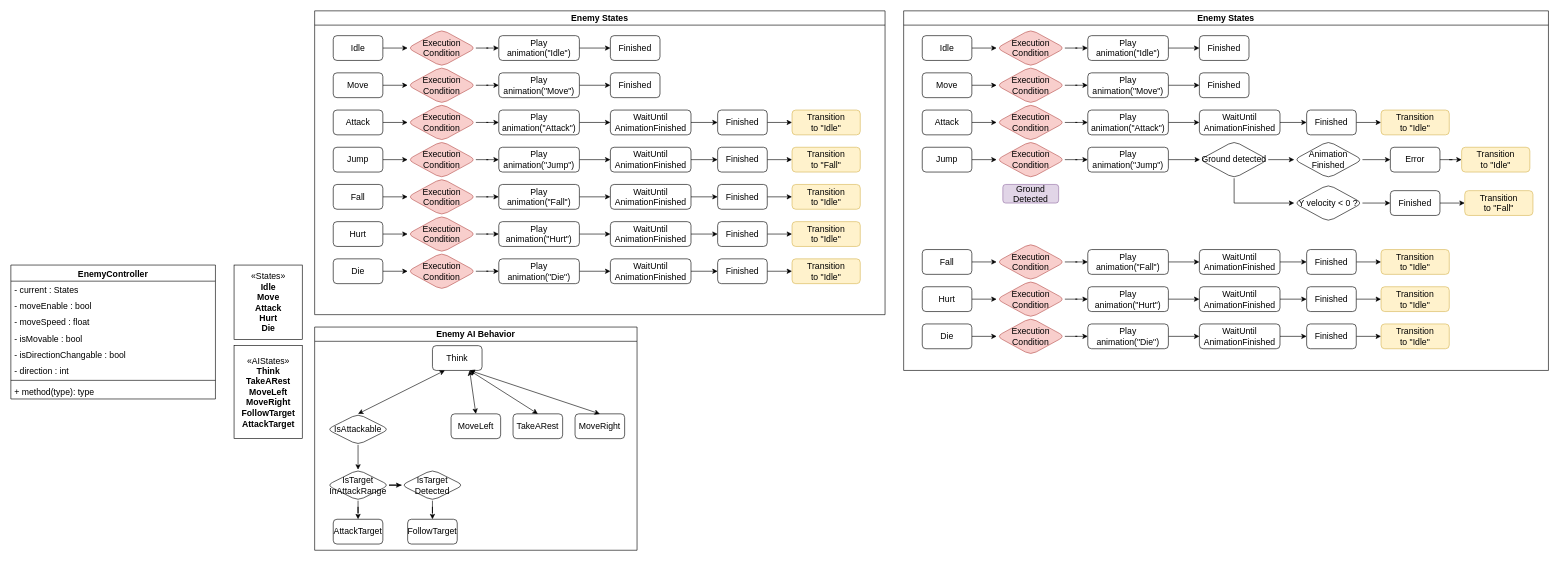
Above: Platformer2D/Platformer2DConcept.drawio in luke-youngmin-cho/UnityEngineBasic_5th (draw.io), before the change. Source tidied: cells renumbered, new cells numbered last; positions are measured from the earlier drawing's top-left corner, leaving out a move shared by most shapes. Both pictures are drawn from the tidied source at 62%, with x=0, y=0 at pixel (11, 11).
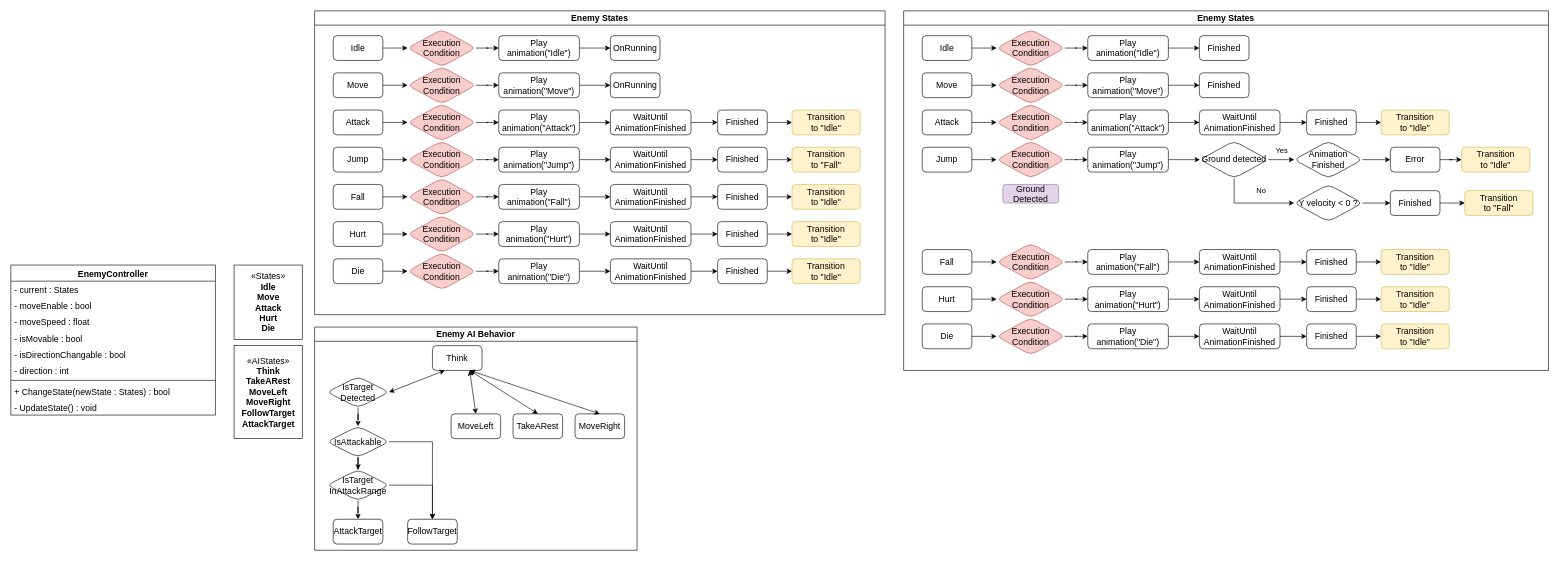
Above is the later version.

Unchanged cells that the change refers to:
```xml
<mxCell id="13" value="Think" style="rounded=1;whiteSpace=wrap;html=1;fontSize=14;" parent="1" vertex="1">
  <mxGeometry x="680" y="540" width="80" height="40" as="geometry" />
</mxCell>
<mxCell id="20" value="FollowTarget" style="rounded=1;whiteSpace=wrap;html=1;fontSize=14;" parent="1" vertex="1">
  <mxGeometry x="640" y="820" width="80" height="40" as="geometry" />
</mxCell>
<mxCell id="28" value="IsTarget&lt;br&gt;InAttackRange" style="rhombus;whiteSpace=wrap;html=1;fontSize=14;rounded=1;" parent="1" vertex="1">
  <mxGeometry x="510" y="740" width="100" height="50" as="geometry" />
</mxCell>
<mxCell id="30" value="Enemy AI Behavior" style="swimlane;whiteSpace=wrap;html=1;fontSize=14;" parent="1" vertex="1">
  <mxGeometry x="490" y="510" width="520" height="360" as="geometry" />
</mxCell>
<mxCell id="31" value="Enemy States" style="swimlane;whiteSpace=wrap;html=1;fontSize=14;" parent="1" vertex="1">
  <mxGeometry x="490" width="920" height="490" as="geometry" />
</mxCell>
<mxCell id="101" value="Enemy States" style="swimlane;whiteSpace=wrap;html=1;fontSize=14;" parent="1" vertex="1">
  <mxGeometry x="1440" width="1040" height="580" as="geometry" />
</mxCell>
```

The edit, as a diff of the source:
```diff
@@
     <mxCell id="2" value="EnemyController" style="swimlane;fontStyle=1;align=center;verticalAlign=top;horizontal=1;startSize=26;fontSize=14;" parent="1" vertex="1">
-      <mxGeometry y="410" width="330" height="216" as="geometry" />
+      <mxGeometry y="410" width="330" height="242" as="geometry" />
     </mxCell>
@@
+    <mxCell id="180" value="+ ChangeState(newState : States) : bool" style="text;strokeColor=none;fillColor=none;align=left;verticalAlign=top;spacingLeft=4;spacingRight=4;overflow=hidden;fontSize=14;" parent="2" vertex="1">
+      <mxGeometry y="190" width="330" height="26" as="geometry" />
+    </mxCell>
-    <mxCell id="10" value="+ method(type): type" style="text;strokeColor=none;fillColor=none;align=left;verticalAlign=top;spacingLeft=4;spacingRight=4;overflow=hidden;fontSize=14;" parent="2" vertex="1">
-      <mxGeometry y="190" width="330" height="26" as="geometry" />
+    <mxCell id="10" value="- UpdateState() : void" style="text;strokeColor=none;fillColor=none;align=left;verticalAlign=top;spacingLeft=4;spacingRight=4;overflow=hidden;fontSize=14;" parent="2" vertex="1">
+      <mxGeometry y="216" width="330" height="26" as="geometry" />
     </mxCell>
@@
-    <mxCell id="21" style="edgeStyle=orthogonalEdgeStyle;rounded=0;jettySize=auto;html=1;fontSize=14;startArrow=none;startFill=0;" parent="1" edge="1" source="22" target="20">
-      <mxGeometry relative="1" as="geometry" />
-    </mxCell>
-    <mxCell id="22" value="IsTarget&lt;br&gt;Detected" style="rhombus;whiteSpace=wrap;html=1;fontSize=14;rounded=1;" parent="1" vertex="1">
-      <mxGeometry x="630" y="740" width="100" height="50" as="geometry" />
-    </mxCell>
@@
-    <mxCell id="24" value="IsAttackable" style="rhombus;whiteSpace=wrap;html=1;fontSize=14;rounded=1;" parent="1" vertex="1">
-      <mxGeometry x="510" y="650" width="100" height="50" as="geometry" />
-    </mxCell>
-    <mxCell id="25" style="endArrow=classic;html=1;rounded=0;fontSize=14;exitX=0.25;exitY=1;exitDx=0;exitDy=0;entryX=0.5;entryY=0;entryDx=0;entryDy=0;startArrow=classic;startFill=1;" parent="1" edge="1" source="13" target="24">
+    <mxCell id="25" style="endArrow=classic;html=1;rounded=0;fontSize=14;exitX=0.25;exitY=1;exitDx=0;exitDy=0;startArrow=classic;startFill=1;entryX=1;entryY=0.5;entryDx=0;entryDy=0;" parent="1" edge="1" source="13" target="22">
       <mxGeometry relative="1" as="geometry" />
     </mxCell>
@@
-    <mxCell id="27" style="edgeStyle=orthogonalEdgeStyle;rounded=0;jettySize=auto;html=1;entryX=0;entryY=0.5;entryDx=0;entryDy=0;fontSize=14;startArrow=none;startFill=0;" parent="1" edge="1" source="28" target="22">
-      <mxGeometry relative="1" as="geometry" />
+    <mxCell id="27" style="edgeStyle=orthogonalEdgeStyle;rounded=0;jettySize=auto;html=1;entryX=0.5;entryY=0;entryDx=0;entryDy=0;fontSize=14;startArrow=none;startFill=0;" parent="1" edge="1" source="28" target="20">
+      <mxGeometry relative="1" as="geometry">
+        <Array as="points">
+          <mxPoint x="680" y="765" />
+        </Array>
+      </mxGeometry>
     </mxCell>
@@
+    <mxCell id="181" style="edgeStyle=orthogonalEdgeStyle;rounded=0;jettySize=auto;html=1;entryX=0.5;entryY=0;entryDx=0;entryDy=0;" parent="30" edge="1" source="22" target="24">
+      <mxGeometry relative="1" as="geometry" />
+    </mxCell>
+    <mxCell id="22" value="IsTarget&lt;br&gt;Detected" style="rhombus;whiteSpace=wrap;html=1;fontSize=14;rounded=1;" parent="30" vertex="1">
+      <mxGeometry x="20" y="80" width="100" height="50" as="geometry" />
+    </mxCell>
+    <mxCell id="24" value="IsAttackable" style="rhombus;whiteSpace=wrap;html=1;fontSize=14;rounded=1;" parent="30" vertex="1">
+      <mxGeometry x="20" y="160" width="100" height="50" as="geometry" />
+    </mxCell>
@@
-    <mxCell id="36" value="Finished" style="rounded=1;whiteSpace=wrap;html=1;fontSize=14;" parent="31" vertex="1">
+    <mxCell id="36" value="OnRunning" style="rounded=1;whiteSpace=wrap;html=1;fontSize=14;" parent="31" vertex="1">
       <mxGeometry x="477" y="40" width="80" height="40" as="geometry" />
     </mxCell>
@@
-    <mxCell id="41" value="Finished" style="rounded=1;whiteSpace=wrap;html=1;fontSize=14;" parent="31" vertex="1">
+    <mxCell id="41" value="OnRunning" style="rounded=1;whiteSpace=wrap;html=1;fontSize=14;" parent="31" vertex="1">
       <mxGeometry x="477" y="100" width="80" height="40" as="geometry" />
     </mxCell>
@@
+    <mxCell id="182" value="Yes" style="text;html=1;strokeColor=none;fillColor=none;align=center;verticalAlign=middle;whiteSpace=wrap;rounded=0;" parent="101" vertex="1">
+      <mxGeometry x="580" y="210" width="60" height="30" as="geometry" />
+    </mxCell>
+    <mxCell id="183" value="No" style="text;html=1;strokeColor=none;fillColor=none;align=center;verticalAlign=middle;whiteSpace=wrap;rounded=0;" parent="101" vertex="1">
+      <mxGeometry x="547" y="275" width="60" height="30" as="geometry" />
+    </mxCell>
@@
+    <mxCell id="184" style="edgeStyle=orthogonalEdgeStyle;rounded=0;jettySize=auto;html=1;entryX=0.5;entryY=0;entryDx=0;entryDy=0;" parent="1" edge="1" source="24" target="20">
+      <mxGeometry relative="1" as="geometry" />
+    </mxCell>
```
